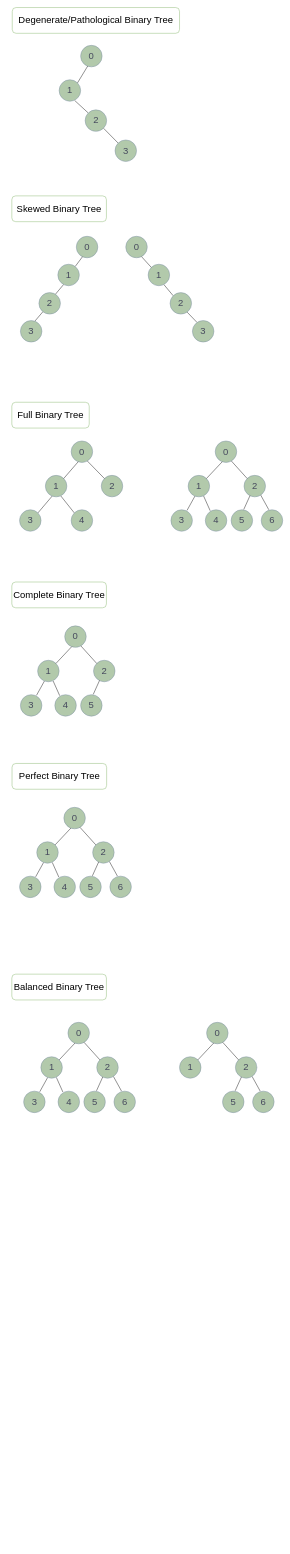
Before: src/main/java/tree/imgs/tree.drawio in NinaWan/DataStructure, a draw.io diagram. Source tidied: cells renumbered, new cells numbered last; positions are measured from the earlier drawing's top-left corner, leaving out a move shared by most shapes. Both pictures are drawn from the tidied source at 43%, with x=0, y=0 at pixel (12, 7).
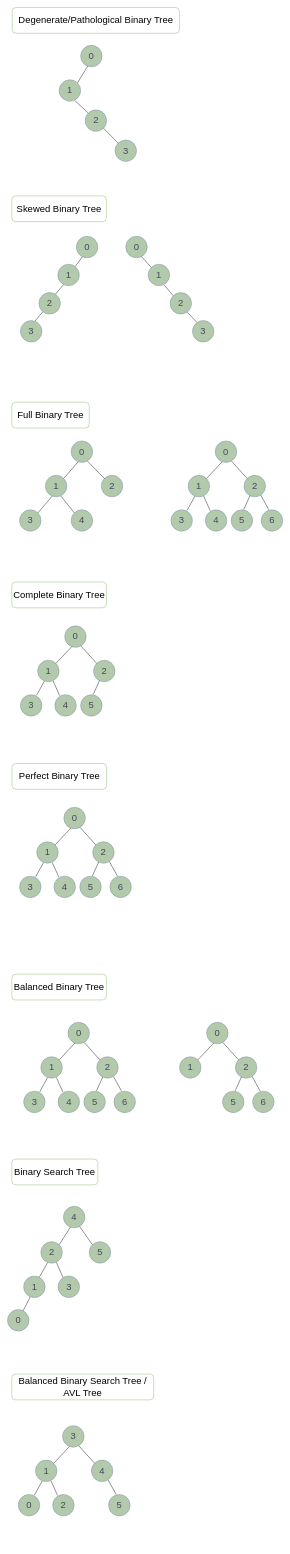
After the change.

Diff of the diagram source:
```diff
@@
+    <mxCell id="109" style="group;" parent="1" vertex="1">
+      <mxGeometry y="2248" width="610" height="322" as="geometry" />
+    </mxCell>
-    <mxCell id="84" value="&lt;font style=&quot;font-size: 22px;&quot;&gt;Balanced Binary Tree&lt;/font&gt;" style="rounded=1;whiteSpace=wrap;html=1;fillColor=none;strokeColor=#82b366;" parent="1" vertex="1">
-      <mxGeometry y="2248" width="220" height="60" as="geometry" />
+    <mxCell id="84" value="&lt;font style=&quot;font-size: 22px;&quot;&gt;Balanced Binary Tree&lt;/font&gt;" style="rounded=1;whiteSpace=wrap;html=1;fillColor=none;strokeColor=#82b366;" parent="109" vertex="1">
+      <mxGeometry width="220" height="60" as="geometry" />
     </mxCell>
-    <mxCell id="85" style="group;" parent="1" vertex="1">
-      <mxGeometry x="350" y="2360" width="260" height="210" as="geometry" />
+    <mxCell id="85" style="group;" parent="109" vertex="1">
+      <mxGeometry x="350" y="112" width="260" height="210" as="geometry" />
     </mxCell>
@@
-    <mxCell id="95" style="group;" parent="1" vertex="1">
-      <mxGeometry x="27.5" y="2360" width="260" height="210" as="geometry" />
+    <mxCell id="95" style="group;" parent="109" vertex="1">
+      <mxGeometry x="27.5" y="112" width="260" height="210" as="geometry" />
     </mxCell>
@@
+    <mxCell id="110" style="group;" parent="1" vertex="1">
+      <mxGeometry x="-10" y="2678" width="240" height="400" as="geometry" />
+    </mxCell>
+    <mxCell id="111" value="&lt;font style=&quot;font-size: 22px;&quot;&gt;Binary Search Tree&lt;/font&gt;" style="rounded=1;whiteSpace=wrap;html=1;fillColor=none;strokeColor=#82b366;" parent="110" vertex="1">
+      <mxGeometry x="10" width="200" height="60" as="geometry" />
+    </mxCell>
+    <mxCell id="112" style="group;" parent="110" vertex="1">
+      <mxGeometry y="110" width="240" height="290" as="geometry" />
+    </mxCell>
+    <mxCell id="113" value="&lt;h2&gt;&lt;font face=&quot;Helvetica&quot; style=&quot;font-size: 22px; font-weight: normal;&quot;&gt;0&lt;/font&gt;&lt;/h2&gt;" style="ellipse;whiteSpace=wrap;html=1;hachureGap=4;fontFamily=Architects Daughter;fillColor=#B2C9AB;strokeColor=#788AA3;labelBackgroundColor=none;fontColor=#46495D;" parent="112" vertex="1">
+      <mxGeometry y="240" width="50" height="50" as="geometry" />
+    </mxCell>
+    <mxCell id="114" value="&lt;h2&gt;&lt;font face=&quot;Helvetica&quot;&gt;&lt;span style=&quot;font-size: 22px; font-weight: 400;&quot;&gt;4&lt;/span&gt;&lt;/font&gt;&lt;/h2&gt;" style="ellipse;whiteSpace=wrap;html=1;hachureGap=4;fontFamily=Architects Daughter;fillColor=#B2C9AB;strokeColor=#788AA3;labelBackgroundColor=none;fontColor=#46495D;" parent="112" vertex="1">
+      <mxGeometry x="130" width="50" height="50" as="geometry" />
+    </mxCell>
+    <mxCell id="115" style="rounded=0;jettySize=auto;html=1;exitX=0.32;exitY=0.96;exitDx=0;exitDy=0;entryX=0.723;entryY=0.067;entryDx=0;entryDy=0;endArrow=none;endFill=0;exitPerimeter=0;entryPerimeter=0;" parent="112" edge="1" source="117" target="120">
+      <mxGeometry relative="1" as="geometry" />
+    </mxCell>
+    <mxCell id="116" style="rounded=0;jettySize=auto;html=1;exitX=0.72;exitY=0.96;exitDx=0;exitDy=0;entryX=0.237;entryY=0.08;entryDx=0;entryDy=0;endArrow=none;endFill=0;exitPerimeter=0;entryPerimeter=0;" parent="112" edge="1" source="117" target="121">
+      <mxGeometry relative="1" as="geometry" />
+    </mxCell>
+    <mxCell id="117" value="&lt;h2&gt;&lt;font face=&quot;Helvetica&quot; style=&quot;font-size: 22px; font-weight: normal;&quot;&gt;2&lt;/font&gt;&lt;/h2&gt;" style="ellipse;whiteSpace=wrap;html=1;hachureGap=4;fontFamily=Architects Daughter;fillColor=#B2C9AB;strokeColor=#788AA3;labelBackgroundColor=none;fontColor=#46495D;" parent="112" vertex="1">
+      <mxGeometry x="77.5" y="82" width="50" height="50" as="geometry" />
+    </mxCell>
+    <mxCell id="118" value="&lt;h2&gt;&lt;font face=&quot;Helvetica&quot; style=&quot;font-size: 22px; font-weight: normal;&quot;&gt;5&lt;/font&gt;&lt;/h2&gt;" style="ellipse;whiteSpace=wrap;html=1;hachureGap=4;fontFamily=Architects Daughter;fillColor=#B2C9AB;strokeColor=#788AA3;labelBackgroundColor=none;fontColor=#46495D;" parent="112" vertex="1">
+      <mxGeometry x="190" y="82" width="50" height="50" as="geometry" />
+    </mxCell>
+    <mxCell id="119" style="rounded=0;jettySize=auto;html=1;exitX=0.323;exitY=0.933;exitDx=0;exitDy=0;entryX=0.727;entryY=0.053;entryDx=0;entryDy=0;endArrow=none;endFill=0;entryPerimeter=0;exitPerimeter=0;" parent="112" edge="1" source="120" target="113">
+      <mxGeometry relative="1" as="geometry" />
+    </mxCell>
+    <mxCell id="120" value="&lt;h2&gt;&lt;font face=&quot;Helvetica&quot; style=&quot;font-size: 22px; font-weight: normal;&quot;&gt;1&lt;/font&gt;&lt;/h2&gt;" style="ellipse;whiteSpace=wrap;html=1;hachureGap=4;fontFamily=Architects Daughter;fillColor=#B2C9AB;strokeColor=#788AA3;labelBackgroundColor=none;fontColor=#46495D;" parent="112" vertex="1">
+      <mxGeometry x="37.5" y="162" width="50" height="50" as="geometry" />
+    </mxCell>
+    <mxCell id="121" value="&lt;h2&gt;&lt;font face=&quot;Helvetica&quot; style=&quot;font-size: 22px; font-weight: normal;&quot;&gt;3&lt;/font&gt;&lt;/h2&gt;" style="ellipse;whiteSpace=wrap;html=1;hachureGap=4;fontFamily=Architects Daughter;fillColor=#B2C9AB;strokeColor=#788AA3;labelBackgroundColor=none;fontColor=#46495D;" parent="112" vertex="1">
+      <mxGeometry x="117.5" y="162" width="50" height="50" as="geometry" />
+    </mxCell>
+    <mxCell id="122" style="rounded=0;jettySize=auto;html=1;entryX=1;entryY=0;entryDx=0;entryDy=0;endArrow=none;endFill=0;exitX=0.329;exitY=0.964;exitDx=0;exitDy=0;exitPerimeter=0;" parent="112" edge="1" source="114" target="117">
+      <mxGeometry relative="1" as="geometry" />
+    </mxCell>
+    <mxCell id="123" style="rounded=0;jettySize=auto;html=1;entryX=0;entryY=0;entryDx=0;entryDy=0;endArrow=none;endFill=0;exitX=0.754;exitY=0.935;exitDx=0;exitDy=0;exitPerimeter=0;" parent="112" edge="1" source="114" target="118">
+      <mxGeometry relative="1" as="geometry" />
+    </mxCell>
+    <mxCell id="124" style="group;" parent="1" vertex="1">
+      <mxGeometry x="-10" y="3178" width="340" height="400" as="geometry" />
+    </mxCell>
+    <mxCell id="125" style="group;" parent="124" vertex="1">
+      <mxGeometry x="10" width="330" height="330" as="geometry" />
+    </mxCell>
+    <mxCell id="126" value="&lt;font style=&quot;font-size: 22px;&quot;&gt;Balanced Binary Search Tree / AVL Tree&lt;/font&gt;" style="rounded=1;whiteSpace=wrap;html=1;fillColor=none;strokeColor=#82b366;" parent="125" vertex="1">
+      <mxGeometry width="330" height="60" as="geometry" />
+    </mxCell>
+    <mxCell id="127" style="group;shadow=0;" parent="125" vertex="1">
+      <mxGeometry x="15" y="120" width="260" height="210" as="geometry" />
+    </mxCell>
+    <mxCell id="128" value="&lt;h2&gt;&lt;font face=&quot;Helvetica&quot;&gt;&lt;span style=&quot;font-size: 22px; font-weight: 400;&quot;&gt;3&lt;/span&gt;&lt;/font&gt;&lt;/h2&gt;" style="ellipse;whiteSpace=wrap;html=1;hachureGap=4;fontFamily=Architects Daughter;fillColor=#B2C9AB;strokeColor=#788AA3;labelBackgroundColor=none;fontColor=#46495D;shadow=0;" parent="127" vertex="1">
+      <mxGeometry x="103" width="50" height="50" as="geometry" />
+    </mxCell>
+    <mxCell id="129" style="rounded=0;jettySize=auto;html=1;exitX=0.32;exitY=0.96;exitDx=0;exitDy=0;entryX=0.747;entryY=0.033;entryDx=0;entryDy=0;endArrow=none;endFill=0;exitPerimeter=0;entryPerimeter=0;shadow=0;" parent="127" edge="1" source="131" target="134">
+      <mxGeometry relative="1" as="geometry" />
+    </mxCell>
+    <mxCell id="130" style="rounded=0;jettySize=auto;html=1;exitX=0.72;exitY=0.96;exitDx=0;exitDy=0;entryX=0.227;entryY=0.047;entryDx=0;entryDy=0;endArrow=none;endFill=0;exitPerimeter=0;entryPerimeter=0;shadow=0;" parent="127" edge="1" source="131" target="135">
+      <mxGeometry relative="1" as="geometry" />
+    </mxCell>
+    <mxCell id="131" value="&lt;h2&gt;&lt;font face=&quot;Helvetica&quot; style=&quot;font-size: 22px; font-weight: normal;&quot;&gt;1&lt;/font&gt;&lt;/h2&gt;" style="ellipse;whiteSpace=wrap;html=1;hachureGap=4;fontFamily=Architects Daughter;fillColor=#B2C9AB;strokeColor=#788AA3;labelBackgroundColor=none;fontColor=#46495D;shadow=0;" parent="127" vertex="1">
+      <mxGeometry x="40" y="80" width="50" height="50" as="geometry" />
+    </mxCell>
+    <mxCell id="132" style="rounded=0;jettySize=auto;html=1;entryX=0.353;entryY=0;entryDx=0;entryDy=0;endArrow=none;endFill=0;exitX=0.773;exitY=0.913;exitDx=0;exitDy=0;exitPerimeter=0;entryPerimeter=0;shadow=0;" parent="127" edge="1" source="133" target="138">
+      <mxGeometry relative="1" as="geometry" />
+    </mxCell>
+    <mxCell id="133" value="&lt;h2&gt;&lt;font face=&quot;Helvetica&quot; style=&quot;font-size: 22px; font-weight: normal;&quot;&gt;4&lt;/font&gt;&lt;/h2&gt;" style="ellipse;whiteSpace=wrap;html=1;hachureGap=4;fontFamily=Architects Daughter;fillColor=#B2C9AB;strokeColor=#788AA3;labelBackgroundColor=none;fontColor=#46495D;shadow=0;" parent="127" vertex="1">
+      <mxGeometry x="170" y="80" width="50" height="50" as="geometry" />
+    </mxCell>
+    <mxCell id="134" value="&lt;h2&gt;&lt;font face=&quot;Helvetica&quot; style=&quot;font-size: 22px; font-weight: normal;&quot;&gt;0&lt;/font&gt;&lt;/h2&gt;" style="ellipse;whiteSpace=wrap;html=1;hachureGap=4;fontFamily=Architects Daughter;fillColor=#B2C9AB;strokeColor=#788AA3;labelBackgroundColor=none;fontColor=#46495D;shadow=0;" parent="127" vertex="1">
+      <mxGeometry y="160" width="50" height="50" as="geometry" />
+    </mxCell>
+    <mxCell id="135" value="&lt;h2&gt;&lt;font face=&quot;Helvetica&quot; style=&quot;font-size: 22px; font-weight: normal;&quot;&gt;2&lt;/font&gt;&lt;/h2&gt;" style="ellipse;whiteSpace=wrap;html=1;hachureGap=4;fontFamily=Architects Daughter;fillColor=#B2C9AB;strokeColor=#788AA3;labelBackgroundColor=none;fontColor=#46495D;shadow=0;" parent="127" vertex="1">
+      <mxGeometry x="80" y="160" width="50" height="50" as="geometry" />
+    </mxCell>
+    <mxCell id="136" style="rounded=0;jettySize=auto;html=1;entryX=1;entryY=0;entryDx=0;entryDy=0;endArrow=none;endFill=0;exitX=0.329;exitY=0.964;exitDx=0;exitDy=0;exitPerimeter=0;shadow=0;" parent="127" edge="1" source="128" target="131">
+      <mxGeometry relative="1" as="geometry" />
+    </mxCell>
+    <mxCell id="137" style="rounded=0;jettySize=auto;html=1;entryX=0;entryY=0;entryDx=0;entryDy=0;endArrow=none;endFill=0;exitX=0.754;exitY=0.935;exitDx=0;exitDy=0;exitPerimeter=0;shadow=0;" parent="127" edge="1" source="128" target="133">
+      <mxGeometry relative="1" as="geometry" />
+    </mxCell>
+    <mxCell id="138" value="&lt;h2&gt;&lt;font face=&quot;Helvetica&quot; style=&quot;font-size: 22px; font-weight: normal;&quot;&gt;5&lt;/font&gt;&lt;/h2&gt;" style="ellipse;whiteSpace=wrap;html=1;hachureGap=4;fontFamily=Architects Daughter;fillColor=#B2C9AB;strokeColor=#788AA3;labelBackgroundColor=none;fontColor=#46495D;shadow=0;" parent="127" vertex="1">
+      <mxGeometry x="210" y="160" width="50" height="50" as="geometry" />
+    </mxCell>
```
